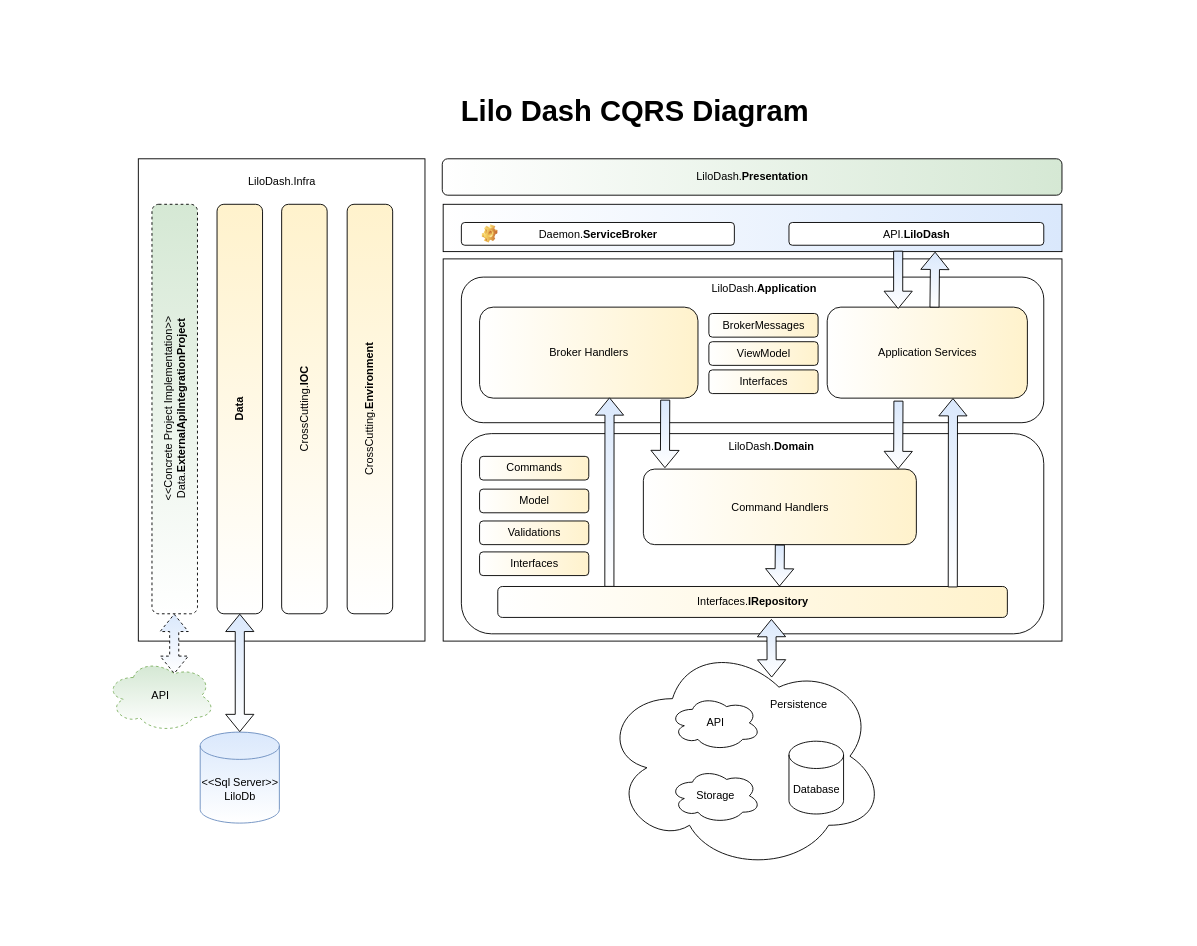
This is page "CQRS" (3 of 4) of docs/LiloDash Diagrams.drawio from BrunoCremaFerreira/LiloDashboard, a draw.io file, before an edit. Source tidied: cells renumbered, new cells numbered last; positions are measured from the earlier drawing's top-left corner, leaving out a move shared by most shapes. Both pictures are drawn from the tidied source at 91%, with x=0, y=0 at pixel (106, 93).
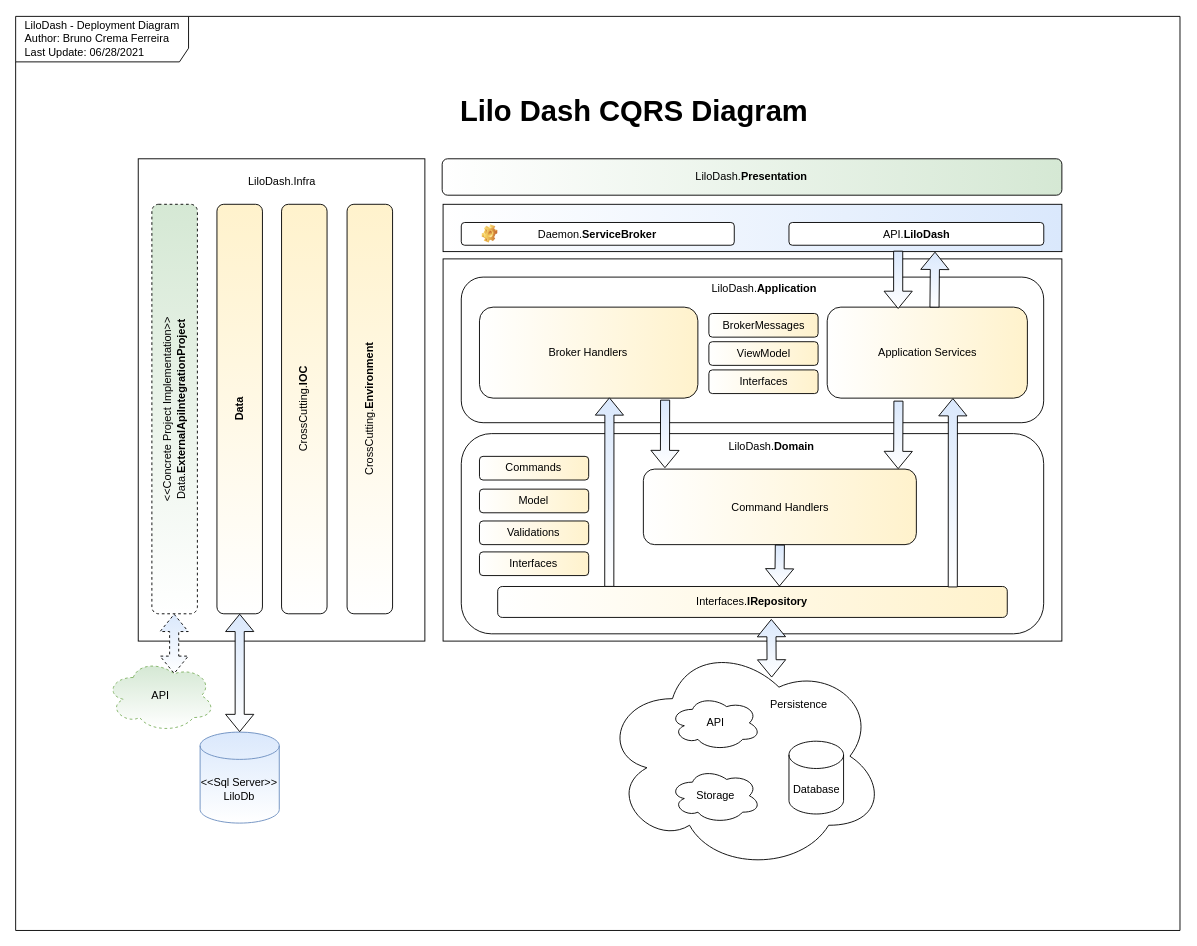
The same page after the edit.

The change refers to these unchanged cells:
```xml
<mxCell id="21" value="Command Handlers" style="rounded=1;whiteSpace=wrap;html=1;fillColor=#fff2cc;gradientColor=#ffffff;gradientDirection=west;" parent="1" vertex="1">
  <mxGeometry x="590.5" y="413" width="300" height="83" as="geometry" />
</mxCell>
```

What changed in the source:
```diff
@@
     <mxCell id="2" style="rounded=0;whiteSpace=wrap;html=1;gradientColor=#ffffff;" parent="1" vertex="1">
-      <mxGeometry x="370.5" y="182" width="680" height="420" as="geometry" />
+      <mxGeometry x="370.4" y="182" width="680" height="420" as="geometry" />
     </mxCell>
     <mxCell id="3" style="rounded=1;whiteSpace=wrap;html=1;gradientDirection=west;" parent="1" vertex="1">
-      <mxGeometry x="390.5" y="202" width="640" height="160" as="geometry" />
+      <mxGeometry x="390.4" y="202" width="640" height="160" as="geometry" />
     </mxCell>
     <mxCell id="4" style="rounded=0;whiteSpace=wrap;html=1;" parent="1" vertex="1">
-      <mxGeometry x="35.5" y="72" width="315" height="530" as="geometry" />
+      <mxGeometry x="35.4" y="72" width="315" height="530" as="geometry" />
     </mxCell>
     <mxCell id="5" value="LiloDash.Infra" style="text;html=1;align=center;verticalAlign=middle;strokeColor=none;fillColor=none;" parent="1" vertex="1">
-      <mxGeometry x="143" y="72" width="100" height="50" as="geometry" />
+      <mxGeometry x="142.9" y="72" width="100" height="50" as="geometry" />
     </mxCell>
     <mxCell id="6" value="&amp;lt;&amp;lt;Concrete Project Implementation&amp;gt;&amp;gt;&lt;br&gt;Data.&lt;b&gt;ExternalApiIntegrationProject&lt;/b&gt;" style="rounded=1;whiteSpace=wrap;html=1;horizontal=0;fillColor=#d5e8d4;gradientColor=#ffffff;dashed=1;" parent="1" vertex="1">
-      <mxGeometry x="50.5" y="122" width="50" height="450" as="geometry" />
+      <mxGeometry x="50.4" y="122" width="50" height="450" as="geometry" />
     </mxCell>
     <mxCell id="7" value="&lt;b&gt;Data&lt;/b&gt;" style="rounded=1;whiteSpace=wrap;html=1;horizontal=0;fillColor=#fff2cc;gradientColor=#ffffff;" parent="1" vertex="1">
-      <mxGeometry x="122" y="122" width="50" height="450" as="geometry" />
+      <mxGeometry x="121.9" y="122" width="50" height="450" as="geometry" />
     </mxCell>
     <mxCell id="8" value="CrossCutting.&lt;b&gt;IOC&lt;/b&gt;" style="rounded=1;whiteSpace=wrap;html=1;horizontal=0;fillColor=#fff2cc;gradientColor=#ffffff;" parent="1" vertex="1">
-      <mxGeometry x="193" y="122" width="50" height="450" as="geometry" />
+      <mxGeometry x="192.9" y="122" width="50" height="450" as="geometry" />
     </mxCell>
     <mxCell id="9" value="CrossCutting.&lt;b&gt;Environment&lt;/b&gt;" style="rounded=1;whiteSpace=wrap;html=1;horizontal=0;fillColor=#fff2cc;gradientColor=#ffffff;" parent="1" vertex="1">
-      <mxGeometry x="265" y="122" width="50" height="450" as="geometry" />
+      <mxGeometry x="264.9" y="122" width="50" height="450" as="geometry" />
     </mxCell>
     <mxCell id="10" value="API" style="ellipse;shape=cloud;whiteSpace=wrap;html=1;fillColor=#d5e8d4;strokeColor=#82b366;gradientColor=#ffffff;dashed=1;" parent="1" vertex="1">
-      <mxGeometry y="622" width="120" height="80" as="geometry" />
+      <mxGeometry x="-0.1" y="622" width="120" height="80" as="geometry" />
     </mxCell>
@@
     <mxCell id="12" value="&amp;lt;&amp;lt;Sql Server&amp;gt;&amp;gt;&lt;br&gt;LiloDb" style="shape=cylinder3;whiteSpace=wrap;html=1;boundedLbl=1;backgroundOutline=1;size=15;fillColor=#dae8fc;strokeColor=#6c8ebf;gradientColor=#ffffff;" parent="1" vertex="1">
-      <mxGeometry x="103.5" y="702" width="87" height="100" as="geometry" />
+      <mxGeometry x="103.4" y="702" width="87" height="100" as="geometry" />
     </mxCell>
@@
     <mxCell id="14" style="rounded=1;whiteSpace=wrap;html=1;gradientDirection=west;" parent="1" vertex="1">
-      <mxGeometry x="390.5" y="374" width="640" height="220" as="geometry" />
+      <mxGeometry x="390.4" y="374" width="640" height="220" as="geometry" />
     </mxCell>
     <mxCell id="15" value="Validations" style="rounded=1;whiteSpace=wrap;html=1;fillColor=#fff2cc;gradientColor=#ffffff;gradientDirection=west;" parent="1" vertex="1">
-      <mxGeometry x="410.5" y="470" width="120" height="26" as="geometry" />
+      <mxGeometry x="410.4" y="470" width="120" height="26" as="geometry" />
     </mxCell>
     <mxCell id="16" value="Interfaces" style="rounded=1;whiteSpace=wrap;html=1;fillColor=#fff2cc;gradientColor=#ffffff;gradientDirection=west;" parent="1" vertex="1">
-      <mxGeometry x="410.5" y="504" width="120" height="26" as="geometry" />
+      <mxGeometry x="410.4" y="504" width="120" height="26" as="geometry" />
     </mxCell>
@@
     <mxCell id="18" value="Model" style="rounded=1;whiteSpace=wrap;html=1;fillColor=#fff2cc;gradientColor=#ffffff;gradientDirection=west;" parent="1" vertex="1">
-      <mxGeometry x="410.5" y="435" width="120" height="26" as="geometry" />
+      <mxGeometry x="410.4" y="435" width="120" height="26" as="geometry" />
     </mxCell>
     <mxCell id="19" value="Interfaces.&lt;b&gt;IRepository&lt;/b&gt;" style="rounded=1;whiteSpace=wrap;html=1;fillColor=#fff2cc;gradientColor=#ffffff;gradientDirection=west;" parent="1" vertex="1">
-      <mxGeometry x="430.5" y="542" width="560" height="34" as="geometry" />
+      <mxGeometry x="430.4" y="542" width="560" height="34" as="geometry" />
     </mxCell>
@@
     <mxCell id="23" value="Commands" style="rounded=1;whiteSpace=wrap;html=1;fillColor=#fff2cc;gradientColor=#ffffff;gradientDirection=west;" parent="1" vertex="1">
-      <mxGeometry x="410.5" y="399" width="120" height="26" as="geometry" />
+      <mxGeometry x="410.4" y="399" width="120" height="26" as="geometry" />
     </mxCell>
@@
     <mxCell id="26" value="Broker Handlers" style="rounded=1;whiteSpace=wrap;html=1;fillColor=#fff2cc;gradientColor=#ffffff;gradientDirection=west;" parent="1" vertex="1">
-      <mxGeometry x="410.5" y="235" width="240" height="100" as="geometry" />
+      <mxGeometry x="410.4" y="235" width="240" height="100" as="geometry" />
     </mxCell>
@@
     <mxCell id="29" style="shape=flexArrow;endArrow=classic;html=1;entryX=0.595;entryY=0.992;entryDx=0;entryDy=0;entryPerimeter=0;fillColor=#dae8fc;gradientColor=#ffffff;" parent="1" edge="1">
       <mxGeometry relative="1" as="geometry">
         <mxPoint x="930.5" y="543" as="sourcePoint" />
-        <mxPoint x="930.7" y="335" as="targetPoint" />
+        <mxPoint x="930.6" y="335" as="targetPoint" />
       </mxGeometry>
     </mxCell>
@@
     <mxCell id="32" style="shape=flexArrow;endArrow=classic;html=1;entryX=0.079;entryY=-0.013;entryDx=0;entryDy=0;entryPerimeter=0;exitX=0.5;exitY=1;exitDx=0;exitDy=0;fillColor=#dae8fc;gradientColor=#ffffff;" parent="1" edge="1" source="21">
       <mxGeometry relative="1" as="geometry">
-        <mxPoint x="740.1" y="542" as="targetPoint" />
+        <mxPoint x="740" y="542" as="targetPoint" />
       </mxGeometry>
     </mxCell>
@@
     <mxCell id="39" style="rounded=0;whiteSpace=wrap;html=1;gradientDirection=west;fillColor=#dae8fc;gradientColor=#ffffff;" parent="1" vertex="1">
-      <mxGeometry x="370.5" y="122" width="680" height="52" as="geometry" />
+      <mxGeometry x="370.4" y="122" width="680" height="52" as="geometry" />
     </mxCell>
@@
     <mxCell id="41" value="Daemon.&lt;b&gt;ServiceBroker&lt;/b&gt;" style="rounded=1;whiteSpace=wrap;html=1;strokeColor=#000000;gradientColor=#ffffff;gradientDirection=west;" parent="1" vertex="1">
-      <mxGeometry x="390.5" y="142" width="300" height="25" as="geometry" />
+      <mxGeometry x="390.4" y="142" width="300" height="25" as="geometry" />
     </mxCell>
@@
     <mxCell id="44" value="LiloDash.&lt;b&gt;Presentation&lt;/b&gt;" style="rounded=1;whiteSpace=wrap;html=1;gradientDirection=west;fillColor=#d5e8d4;gradientColor=#ffffff;" parent="1" vertex="1">
-      <mxGeometry x="369.5" y="72" width="681" height="40" as="geometry" />
+      <mxGeometry x="369.4" y="72" width="681" height="40" as="geometry" />
     </mxCell>
     <mxCell id="45" style="shape=image;html=1;verticalLabelPosition=bottom;verticalAlign=top;imageAspect=1;image=img/clipart/Gear_128x128.png;strokeColor=#000000;gradientColor=#ffffff;gradientDirection=west;" parent="1" vertex="1">
-      <mxGeometry x="413.5" y="144.5" width="17.1" height="20" as="geometry" />
+      <mxGeometry x="413.4" y="144.5" width="17.1" height="20" as="geometry" />
     </mxCell>
     <mxCell id="46" value="Lilo Dash CQRS Diagram" style="text;html=1;align=center;verticalAlign=middle;strokeColor=none;fillColor=none;fontSize=32;fontStyle=1;" parent="1" vertex="1">
-      <mxGeometry x="370.5" width="420" height="40" as="geometry" />
+      <mxGeometry x="370.4" width="420" height="40" as="geometry" />
     </mxCell>
+    <mxCell id="47" value="&lt;div style=&quot;text-align: left&quot;&gt;&lt;span&gt;LiloDash - Deployment Diagram&lt;/span&gt;&lt;/div&gt;&lt;div style=&quot;text-align: left&quot;&gt;&lt;span&gt;Author: Bruno Crema Ferreira&lt;/span&gt;&lt;/div&gt;&lt;div style=&quot;text-align: left&quot;&gt;&lt;span&gt;Last Update: 06/28/2021&lt;/span&gt;&lt;/div&gt;" style="shape=umlFrame;whiteSpace=wrap;html=1;strokeColor=#000000;gradientColor=#ffffff;width=190;height=50;" parent="1" vertex="1">
+      <mxGeometry x="-99.3" y="-84.5" width="1279.5" height="1004.5" as="geometry" />
+    </mxCell>
```
